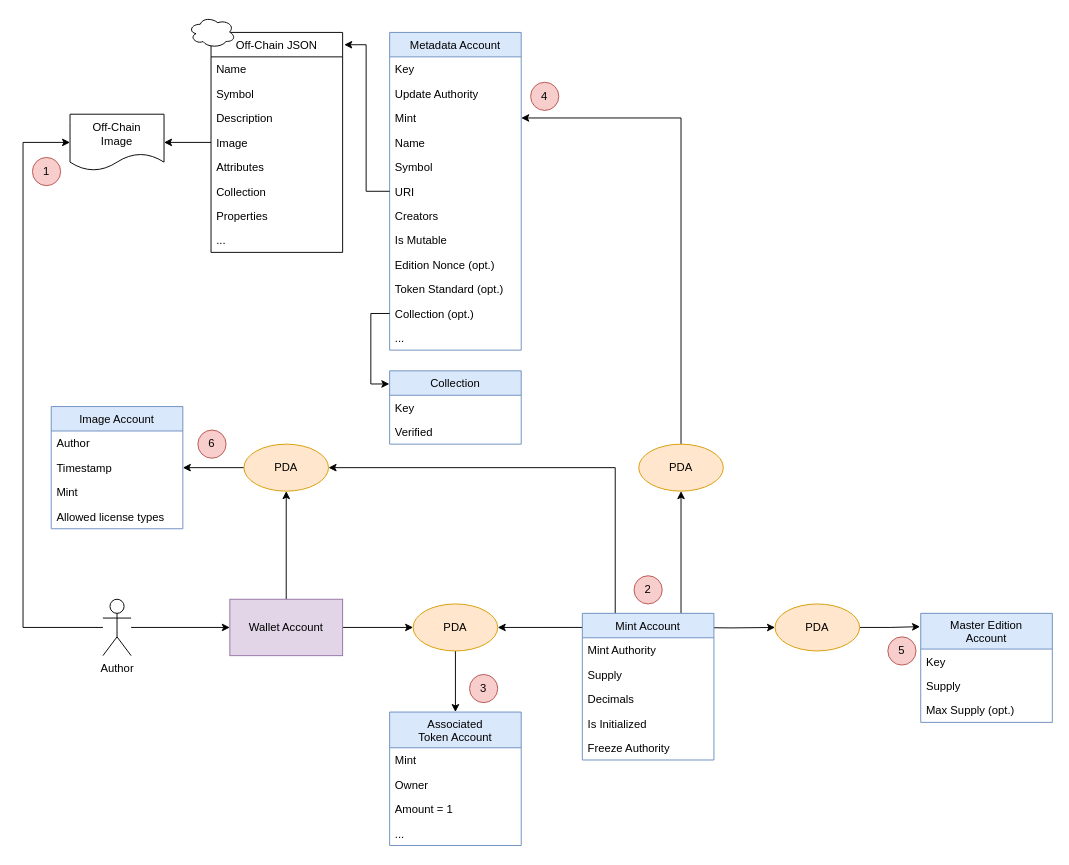
Earlier version of the draw.io diagram page "NFT Creation" (12 of 13) of Masterarbeit.drawio (philman1/masterarbeit_philipp_roiner). Source tidied: cells renumbered, new cells numbered last; positions are measured from the earlier drawing's top-left corner, leaving out a move shared by most shapes. Both pictures are drawn from the tidied source at 94%, with x=0, y=0 at pixel (23, 16).
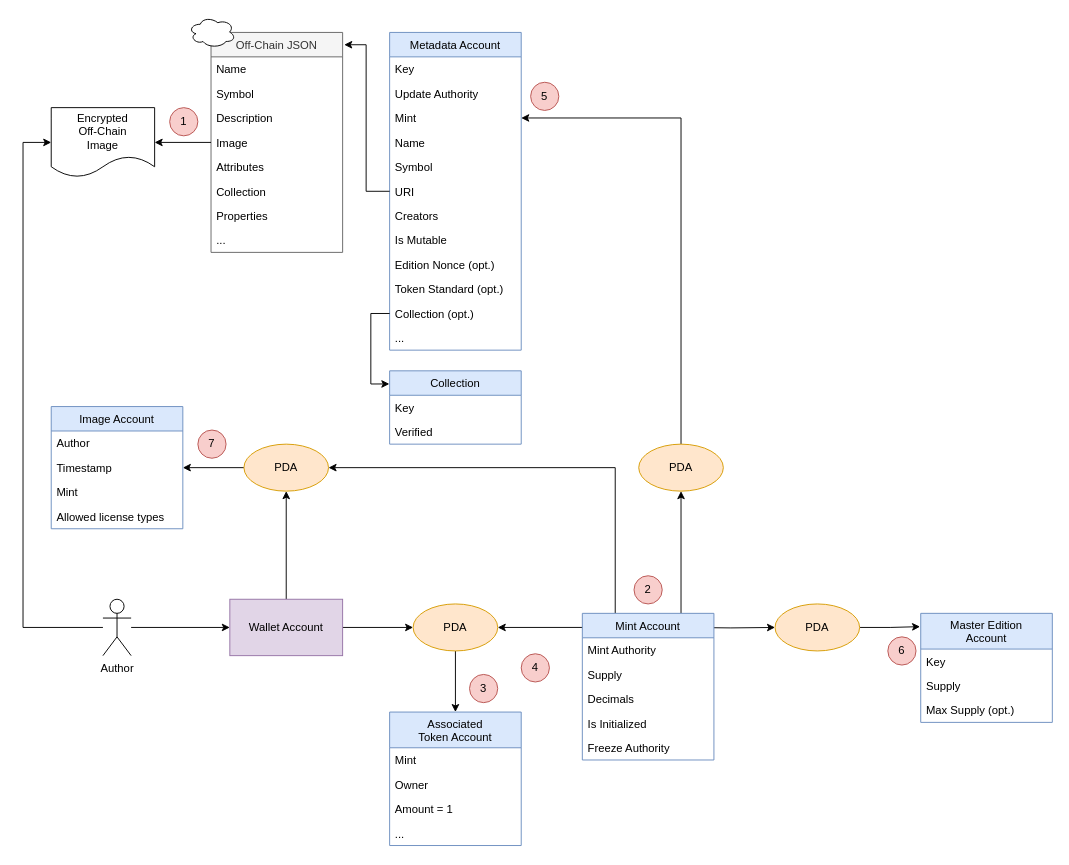
After the change.

The edit, as a diff of the source:
```diff
@@
-    <mxCell id="29" value="Off-Chain JSON" style="swimlane;fontStyle=0;horizontal=1;startSize=26;shadow=0;glass=0;comic=0;" parent="1" vertex="1">
+    <mxCell id="29" value="Off-Chain JSON" style="swimlane;fontStyle=0;horizontal=1;startSize=26;shadow=0;glass=0;comic=0;fillColor=#f5f5f5;fontColor=#333333;strokeColor=#666666;" parent="1" vertex="1">
       <mxGeometry x="200" y="17" width="140" height="234" as="geometry" />
     </mxCell>
@@
-    <mxCell id="49" value="Off-Chain&lt;br&gt;Image" style="shape=document;whiteSpace=wrap;html=1;boundedLbl=1;shadow=0;glass=0;comic=0;strokeColor=default;startSize=38;fillColor=none;" parent="1" vertex="1">
-      <mxGeometry x="50" y="104" width="100" height="60" as="geometry" />
+    <mxCell id="49" value="Encrypted&lt;br&gt;Off-Chain&lt;br&gt;Image" style="shape=document;whiteSpace=wrap;html=1;boundedLbl=1;shadow=0;glass=0;comic=0;strokeColor=default;startSize=38;fillColor=none;" parent="1" vertex="1">
+      <mxGeometry x="30" y="97" width="110" height="74" as="geometry" />
     </mxCell>
@@
     <mxCell id="70" value="1" style="ellipse;whiteSpace=wrap;html=1;shadow=0;glass=0;comic=0;strokeColor=#b85450;startSize=38;fillColor=#f8cecc;" parent="1" vertex="1">
-      <mxGeometry x="10" y="150" width="30" height="30" as="geometry" />
+      <mxGeometry x="156" y="97" width="30" height="30" as="geometry" />
     </mxCell>
@@
-    <mxCell id="73" value="4" style="ellipse;whiteSpace=wrap;html=1;shadow=0;glass=0;comic=0;strokeColor=#b85450;startSize=38;fillColor=#f8cecc;" parent="1" vertex="1">
+    <mxCell id="73" value="5" style="ellipse;whiteSpace=wrap;html=1;shadow=0;glass=0;comic=0;strokeColor=#b85450;startSize=38;fillColor=#f8cecc;" parent="1" vertex="1">
       <mxGeometry x="540" y="70" width="30" height="30" as="geometry" />
     </mxCell>
-    <mxCell id="74" value="5" style="ellipse;whiteSpace=wrap;html=1;shadow=0;glass=0;comic=0;strokeColor=#b85450;startSize=38;fillColor=#f8cecc;" parent="1" vertex="1">
+    <mxCell id="74" value="6" style="ellipse;whiteSpace=wrap;html=1;shadow=0;glass=0;comic=0;strokeColor=#b85450;startSize=38;fillColor=#f8cecc;" parent="1" vertex="1">
       <mxGeometry x="920" y="660" width="30" height="30" as="geometry" />
     </mxCell>
-    <mxCell id="75" value="6" style="ellipse;whiteSpace=wrap;html=1;shadow=0;glass=0;comic=0;strokeColor=#b85450;startSize=38;fillColor=#f8cecc;" parent="1" vertex="1">
+    <mxCell id="75" value="7" style="ellipse;whiteSpace=wrap;html=1;shadow=0;glass=0;comic=0;strokeColor=#b85450;startSize=38;fillColor=#f8cecc;" parent="1" vertex="1">
       <mxGeometry x="186" y="440" width="30" height="30" as="geometry" />
     </mxCell>
+    <mxCell id="76" value="4" style="ellipse;whiteSpace=wrap;html=1;shadow=0;glass=0;comic=0;strokeColor=#b85450;startSize=38;fillColor=#f8cecc;" parent="1" vertex="1">
+      <mxGeometry x="530" y="678" width="30" height="30" as="geometry" />
+    </mxCell>
```
